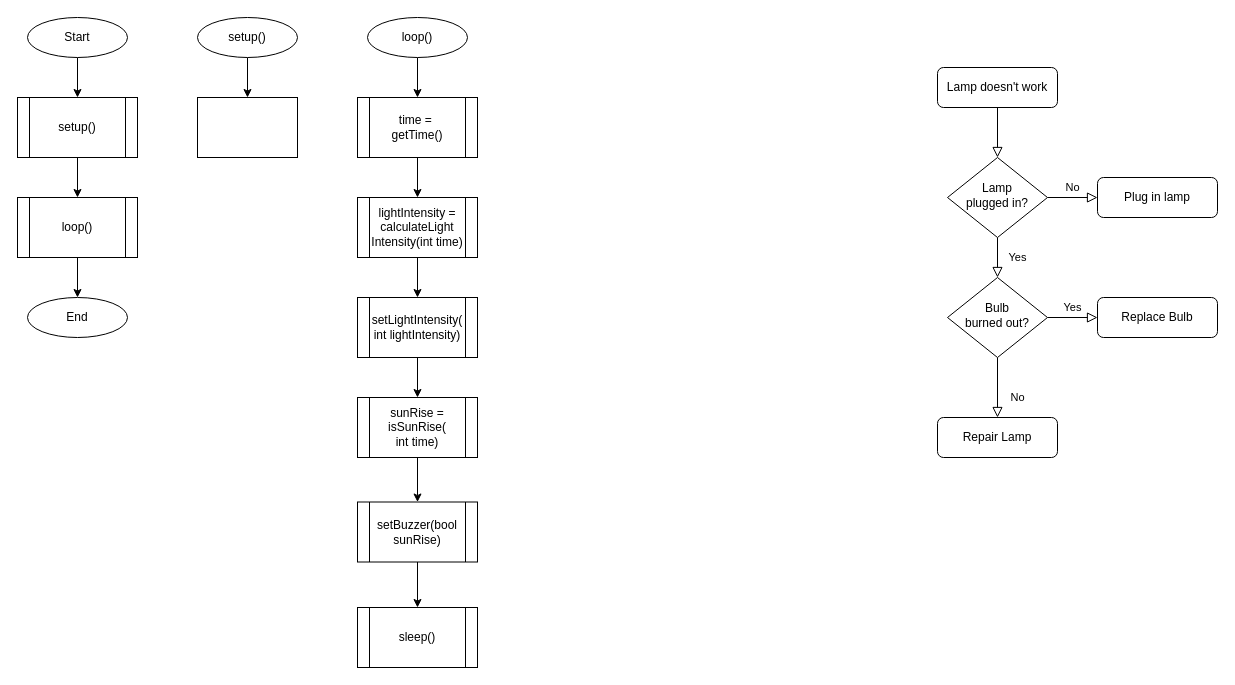
Earlier version of the draw.io diagram docs/diagrams/flowchart-mainFunctions.drawio (The-Robo-Hobo/Apolaki). Source tidied: cells renumbered, new cells numbered last; positions are measured from the earlier drawing's top-left corner, leaving out a move shared by most shapes. Both pictures are drawn from the tidied source at 100%, with x=0, y=0 at pixel (17, 17).
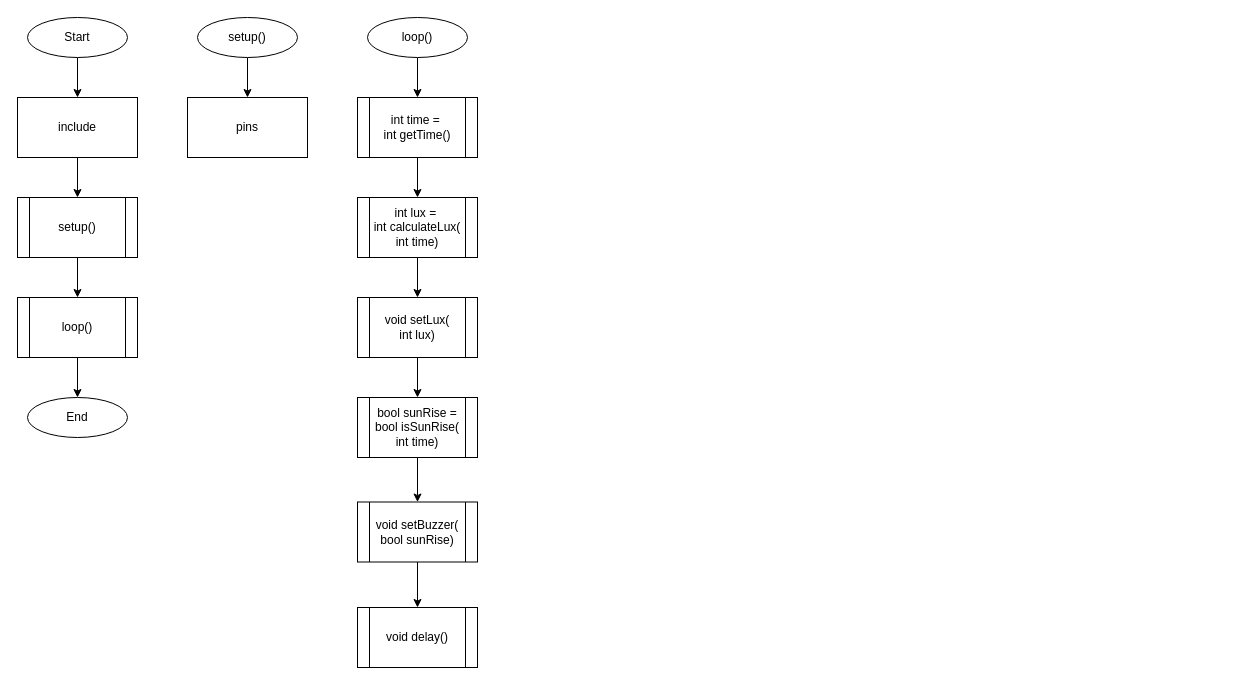
The same page after the edit.

Commit message:
rename function names

Unchanged cells that the change refers to:
```xml
<mxCell id="14" value="Start" style="ellipse;whiteSpace=wrap;html=1;" parent="1" vertex="1">
  <mxGeometry x="10" width="100" height="40" as="geometry" />
</mxCell>
<mxCell id="24" value="setup()" style="ellipse;whiteSpace=wrap;html=1;" parent="1" vertex="1">
  <mxGeometry x="180" width="100" height="40" as="geometry" />
</mxCell>
```

The edit, as a diff of the source:
```diff
@@
-    <mxCell id="2" style="rounded=0;html=1;jettySize=auto;fontSize=11;endArrow=block;endFill=0;endSize=8;strokeWidth=1;shadow=0;labelBackgroundColor=none;edgeStyle=orthogonalEdgeStyle;" parent="1" edge="1" source="3" target="6">
-      <mxGeometry relative="1" as="geometry" />
-    </mxCell>
-    <mxCell id="3" value="Lamp doesn't work" style="rounded=1;whiteSpace=wrap;html=1;fontSize=12;glass=0;strokeWidth=1;shadow=0;" parent="1" vertex="1">
-      <mxGeometry x="920" y="50" width="120" height="40" as="geometry" />
-    </mxCell>
-    <mxCell id="4" value="Yes" style="rounded=0;html=1;jettySize=auto;fontSize=11;endArrow=block;endFill=0;endSize=8;strokeWidth=1;shadow=0;labelBackgroundColor=none;edgeStyle=orthogonalEdgeStyle;" parent="1" edge="1" source="6" target="10">
-      <mxGeometry y="20" relative="1" as="geometry" />
-    </mxCell>
-    <mxCell id="5" value="No" style="edgeStyle=orthogonalEdgeStyle;rounded=0;html=1;jettySize=auto;fontSize=11;endArrow=block;endFill=0;endSize=8;strokeWidth=1;shadow=0;labelBackgroundColor=none;" parent="1" edge="1" source="6" target="7">
-      <mxGeometry y="10" relative="1" as="geometry" />
-    </mxCell>
-    <mxCell id="6" value="Lamp&lt;br&gt;plugged in?" style="rhombus;whiteSpace=wrap;html=1;shadow=0;fontFamily=Helvetica;fontSize=12;align=center;strokeWidth=1;spacing=6;spacingTop=-4;" parent="1" vertex="1">
-      <mxGeometry x="930" y="140" width="100" height="80" as="geometry" />
-    </mxCell>
-    <mxCell id="7" value="Plug in lamp" style="rounded=1;whiteSpace=wrap;html=1;fontSize=12;glass=0;strokeWidth=1;shadow=0;" parent="1" vertex="1">
-      <mxGeometry x="1080" y="160" width="120" height="40" as="geometry" />
-    </mxCell>
-    <mxCell id="8" value="No" style="rounded=0;html=1;jettySize=auto;fontSize=11;endArrow=block;endFill=0;endSize=8;strokeWidth=1;shadow=0;labelBackgroundColor=none;edgeStyle=orthogonalEdgeStyle;" parent="1" edge="1" source="10" target="11">
-      <mxGeometry x="0.33" y="20" relative="1" as="geometry" />
-    </mxCell>
-    <mxCell id="9" value="Yes" style="edgeStyle=orthogonalEdgeStyle;rounded=0;html=1;jettySize=auto;fontSize=11;endArrow=block;endFill=0;endSize=8;strokeWidth=1;shadow=0;labelBackgroundColor=none;" parent="1" edge="1" source="10" target="12">
-      <mxGeometry y="10" relative="1" as="geometry" />
-    </mxCell>
-    <mxCell id="10" value="Bulb&lt;br&gt;burned out?" style="rhombus;whiteSpace=wrap;html=1;shadow=0;fontFamily=Helvetica;fontSize=12;align=center;strokeWidth=1;spacing=6;spacingTop=-4;" parent="1" vertex="1">
-      <mxGeometry x="930" y="260" width="100" height="80" as="geometry" />
-    </mxCell>
-    <mxCell id="11" value="Repair Lamp" style="rounded=1;whiteSpace=wrap;html=1;fontSize=12;glass=0;strokeWidth=1;shadow=0;" parent="1" vertex="1">
-      <mxGeometry x="920" y="400" width="120" height="40" as="geometry" />
-    </mxCell>
-    <mxCell id="12" value="Replace Bulb" style="rounded=1;whiteSpace=wrap;html=1;fontSize=12;glass=0;strokeWidth=1;shadow=0;" parent="1" vertex="1">
-      <mxGeometry x="1080" y="280" width="120" height="40" as="geometry" />
-    </mxCell>
-    <mxCell id="13" style="edgeStyle=orthogonalEdgeStyle;rounded=0;jettySize=auto;html=1;" parent="1" edge="1" source="14" target="20">
-      <mxGeometry relative="1" as="geometry" />
-    </mxCell>
+    <mxCell id="36" style="edgeStyle=orthogonalEdgeStyle;rounded=0;jettySize=auto;html=1;entryX=0.5;entryY=0;entryDx=0;entryDy=0;" parent="1" edge="1" source="14" target="38">
+      <mxGeometry relative="1" as="geometry" />
+    </mxCell>
@@
-    <mxCell id="16" value="&lt;div&gt;time =&amp;nbsp;&lt;/div&gt;&lt;div&gt;getTime()&lt;/div&gt;" style="shape=process;whiteSpace=wrap;html=1;backgroundOutline=1;" parent="1" vertex="1">
+    <mxCell id="16" value="int time =&amp;nbsp;&lt;div&gt;int getTime()&lt;br&gt;&lt;/div&gt;" style="shape=process;whiteSpace=wrap;html=1;backgroundOutline=1;" parent="1" vertex="1">
       <mxGeometry x="340" y="80" width="120" height="60" as="geometry" />
     </mxCell>
@@
-    <mxCell id="18" value="&lt;div&gt;lightIntensity = calculateLight&lt;/div&gt;&lt;div&gt;Intensity(int time)&lt;/div&gt;" style="shape=process;whiteSpace=wrap;html=1;backgroundOutline=1;" parent="1" vertex="1">
+    <mxCell id="18" value="&lt;div&gt;int lux =&amp;nbsp;&lt;/div&gt;&lt;div&gt;int calculateLux(&lt;/div&gt;&lt;div&gt;int time)&lt;/div&gt;" style="shape=process;whiteSpace=wrap;html=1;backgroundOutline=1;" parent="1" vertex="1">
       <mxGeometry x="340" y="180" width="120" height="60" as="geometry" />
     </mxCell>
@@
     <mxCell id="20" value="setup()" style="shape=process;whiteSpace=wrap;html=1;backgroundOutline=1;" parent="1" vertex="1">
-      <mxGeometry y="80" width="120" height="60" as="geometry" />
+      <mxGeometry y="180" width="120" height="60" as="geometry" />
     </mxCell>
@@
     <mxCell id="22" value="loop()" style="shape=process;whiteSpace=wrap;html=1;backgroundOutline=1;" parent="1" vertex="1">
-      <mxGeometry y="180" width="120" height="60" as="geometry" />
+      <mxGeometry y="280" width="120" height="60" as="geometry" />
     </mxCell>
-    <mxCell id="23" style="edgeStyle=orthogonalEdgeStyle;rounded=0;jettySize=auto;html=1;entryX=0.5;entryY=0;entryDx=0;entryDy=0;" parent="1" edge="1" source="24" target="27">
+    <mxCell id="23" style="edgeStyle=orthogonalEdgeStyle;rounded=0;jettySize=auto;html=1;entryX=0.5;entryY=0;entryDx=0;entryDy=0;" parent="1" edge="1" source="24" target="39">
       <mxGeometry relative="1" as="geometry" />
     </mxCell>
@@
-    <mxCell id="27" style="rounded=0;whiteSpace=wrap;html=1;" parent="1" vertex="1">
-      <mxGeometry x="180" y="80" width="100" height="60" as="geometry" />
-    </mxCell>
     <mxCell id="28" value="End" style="ellipse;whiteSpace=wrap;html=1;" parent="1" vertex="1">
-      <mxGeometry x="10" y="280" width="100" height="40" as="geometry" />
+      <mxGeometry x="10" y="380" width="100" height="40" as="geometry" />
     </mxCell>
@@
-    <mxCell id="30" value="&lt;div&gt;setLightIntensity(&lt;/div&gt;&lt;div&gt;int lightIntensity)&lt;/div&gt;" style="shape=process;whiteSpace=wrap;html=1;backgroundOutline=1;" parent="1" vertex="1">
+    <mxCell id="30" value="void setLux(&lt;div&gt;int lux)&lt;/div&gt;" style="shape=process;whiteSpace=wrap;html=1;backgroundOutline=1;" parent="1" vertex="1">
       <mxGeometry x="340" y="280" width="120" height="60" as="geometry" />
     </mxCell>
@@
-    <mxCell id="32" value="&lt;div&gt;sunRise = isSunRise(&lt;/div&gt;&lt;div&gt;int time)&lt;/div&gt;" style="shape=process;whiteSpace=wrap;html=1;backgroundOutline=1;" parent="1" vertex="1">
+    <mxCell id="32" value="&lt;div&gt;bool sunRise = bool isSunRise(&lt;/div&gt;&lt;div&gt;int time)&lt;/div&gt;" style="shape=process;whiteSpace=wrap;html=1;backgroundOutline=1;" parent="1" vertex="1">
       <mxGeometry x="340" y="380" width="120" height="60" as="geometry" />
     </mxCell>
@@
-    <mxCell id="34" value="setBuzzer(bool sunRise)" style="shape=process;whiteSpace=wrap;html=1;backgroundOutline=1;" parent="1" vertex="1">
+    <mxCell id="34" value="&lt;div&gt;void setBuzzer(&lt;/div&gt;&lt;div&gt;bool sunRise)&lt;/div&gt;" style="shape=process;whiteSpace=wrap;html=1;backgroundOutline=1;" parent="1" vertex="1">
       <mxGeometry x="340" y="484.5" width="120" height="60" as="geometry" />
     </mxCell>
-    <mxCell id="35" value="sleep()" style="shape=process;whiteSpace=wrap;html=1;backgroundOutline=1;" parent="1" vertex="1">
+    <mxCell id="35" value="void delay()" style="shape=process;whiteSpace=wrap;html=1;backgroundOutline=1;" parent="1" vertex="1">
       <mxGeometry x="340" y="590" width="120" height="60" as="geometry" />
     </mxCell>
+    <mxCell id="37" style="edgeStyle=orthogonalEdgeStyle;rounded=0;jettySize=auto;html=1;entryX=0.5;entryY=0;entryDx=0;entryDy=0;" parent="1" edge="1" source="38" target="20">
+      <mxGeometry relative="1" as="geometry" />
+    </mxCell>
+    <mxCell id="38" value="&lt;div&gt;include&lt;/div&gt;" style="rounded=0;whiteSpace=wrap;html=1;" parent="1" vertex="1">
+      <mxGeometry y="80" width="120" height="60" as="geometry" />
+    </mxCell>
+    <mxCell id="39" value="pins" style="rounded=0;whiteSpace=wrap;html=1;" parent="1" vertex="1">
+      <mxGeometry x="170" y="80" width="120" height="60" as="geometry" />
+    </mxCell>
```
